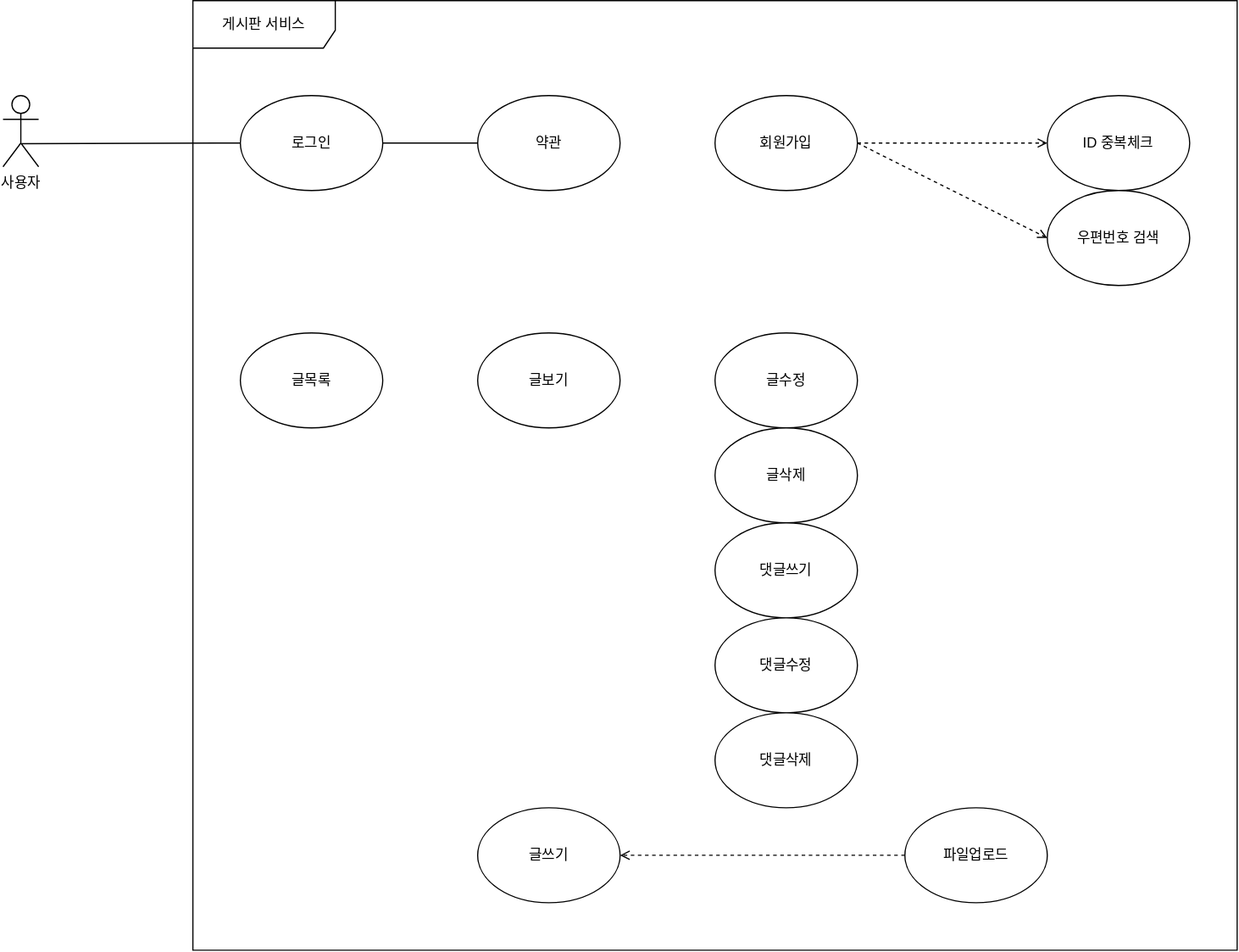
Before: JBoard1/게시판 유스케이스.svg, a diagram exported from draw.io (hyun7494/JSP). Source tidied: cells renumbered, new cells last; positions are measured from the earlier drawing's top-left corner, leaving out a move shared by most shapes. Source of this version:
```xml
<mxGraphModel>
  <root>
    <mxCell id="0" />
    <mxCell id="1" parent="0" />
    <mxCell id="2" value="게시판 서비스" style="shape=umlFrame;whiteSpace=wrap;html=1;width=120;height=40;" parent="1" vertex="1">
      <mxGeometry x="160" width="880" height="800" as="geometry" />
    </mxCell>
    <mxCell id="3" style="edgeStyle=none;rounded=0;jettySize=auto;html=1;exitX=0.528;exitY=0.675;exitDx=0;exitDy=0;exitPerimeter=0;endArrow=none;endFill=0;" parent="1" edge="1" source="4" target="6">
      <mxGeometry relative="1" as="geometry" />
    </mxCell>
    <mxCell id="4" value="사용자" style="shape=umlActor;verticalLabelPosition=bottom;verticalAlign=top;html=1;" parent="1" vertex="1">
      <mxGeometry y="80" width="30" height="60" as="geometry" />
    </mxCell>
    <mxCell id="5" style="edgeStyle=none;rounded=0;jettySize=auto;html=1;exitX=1;exitY=0.5;exitDx=0;exitDy=0;endArrow=none;endFill=0;" parent="1" edge="1" source="6" target="7">
      <mxGeometry relative="1" as="geometry" />
    </mxCell>
    <mxCell id="6" value="로그인" style="ellipse;whiteSpace=wrap;html=1;" parent="1" vertex="1">
      <mxGeometry x="200" y="80" width="120" height="80" as="geometry" />
    </mxCell>
    <mxCell id="7" value="약관" style="ellipse;whiteSpace=wrap;html=1;" parent="1" vertex="1">
      <mxGeometry x="400" y="80" width="120" height="80" as="geometry" />
    </mxCell>
    <mxCell id="8" style="edgeStyle=orthogonalEdgeStyle;rounded=0;jettySize=auto;html=1;exitX=1;exitY=0.5;exitDx=0;exitDy=0;dashed=1;endArrow=open;endFill=0;" parent="1" edge="1" source="10" target="11">
      <mxGeometry relative="1" as="geometry" />
    </mxCell>
    <mxCell id="9" style="rounded=0;jettySize=auto;html=1;exitX=1;exitY=0.5;exitDx=0;exitDy=0;entryX=0;entryY=0.5;entryDx=0;entryDy=0;dashed=1;endArrow=open;endFill=0;" parent="1" edge="1" source="10" target="12">
      <mxGeometry relative="1" as="geometry" />
    </mxCell>
    <mxCell id="10" value="회원가입" style="ellipse;whiteSpace=wrap;html=1;" parent="1" vertex="1">
      <mxGeometry x="600" y="80" width="120" height="80" as="geometry" />
    </mxCell>
    <mxCell id="11" value="ID 중복체크" style="ellipse;whiteSpace=wrap;html=1;" parent="1" vertex="1">
      <mxGeometry x="880" y="80" width="120" height="80" as="geometry" />
    </mxCell>
    <mxCell id="12" value="우편번호 검색" style="ellipse;whiteSpace=wrap;html=1;" parent="1" vertex="1">
      <mxGeometry x="880" y="160" width="120" height="80" as="geometry" />
    </mxCell>
    <mxCell id="13" value="글목록" style="ellipse;whiteSpace=wrap;html=1;" parent="1" vertex="1">
      <mxGeometry x="200" y="280" width="120" height="80" as="geometry" />
    </mxCell>
    <mxCell id="14" value="글보기" style="ellipse;whiteSpace=wrap;html=1;" parent="1" vertex="1">
      <mxGeometry x="400" y="280" width="120" height="80" as="geometry" />
    </mxCell>
    <mxCell id="15" value="글수정" style="ellipse;whiteSpace=wrap;html=1;" parent="1" vertex="1">
      <mxGeometry x="600" y="280" width="120" height="80" as="geometry" />
    </mxCell>
    <mxCell id="16" value="글삭제" style="ellipse;whiteSpace=wrap;html=1;" parent="1" vertex="1">
      <mxGeometry x="600" y="360" width="120" height="80" as="geometry" />
    </mxCell>
    <mxCell id="17" value="댓글쓰기" style="ellipse;whiteSpace=wrap;html=1;" parent="1" vertex="1">
      <mxGeometry x="600" y="440" width="120" height="80" as="geometry" />
    </mxCell>
    <mxCell id="18" value="댓글수정" style="ellipse;whiteSpace=wrap;html=1;" parent="1" vertex="1">
      <mxGeometry x="600" y="520" width="120" height="80" as="geometry" />
    </mxCell>
    <mxCell id="19" value="댓글삭제" style="ellipse;whiteSpace=wrap;html=1;" parent="1" vertex="1">
      <mxGeometry x="600" y="600" width="120" height="80" as="geometry" />
    </mxCell>
    <mxCell id="20" value="글쓰기" style="ellipse;whiteSpace=wrap;html=1;" parent="1" vertex="1">
      <mxGeometry x="400" y="680" width="120" height="80" as="geometry" />
    </mxCell>
    <mxCell id="21" style="edgeStyle=none;rounded=0;jettySize=auto;html=1;exitX=0;exitY=0.5;exitDx=0;exitDy=0;entryX=1;entryY=0.5;entryDx=0;entryDy=0;dashed=1;endArrow=open;endFill=0;" parent="1" edge="1" source="22" target="20">
      <mxGeometry relative="1" as="geometry" />
    </mxCell>
    <mxCell id="22" value="파일업로드" style="ellipse;whiteSpace=wrap;html=1;" parent="1" vertex="1">
      <mxGeometry x="760" y="680" width="120" height="80" as="geometry" />
    </mxCell>
  </root>
</mxGraphModel>
```
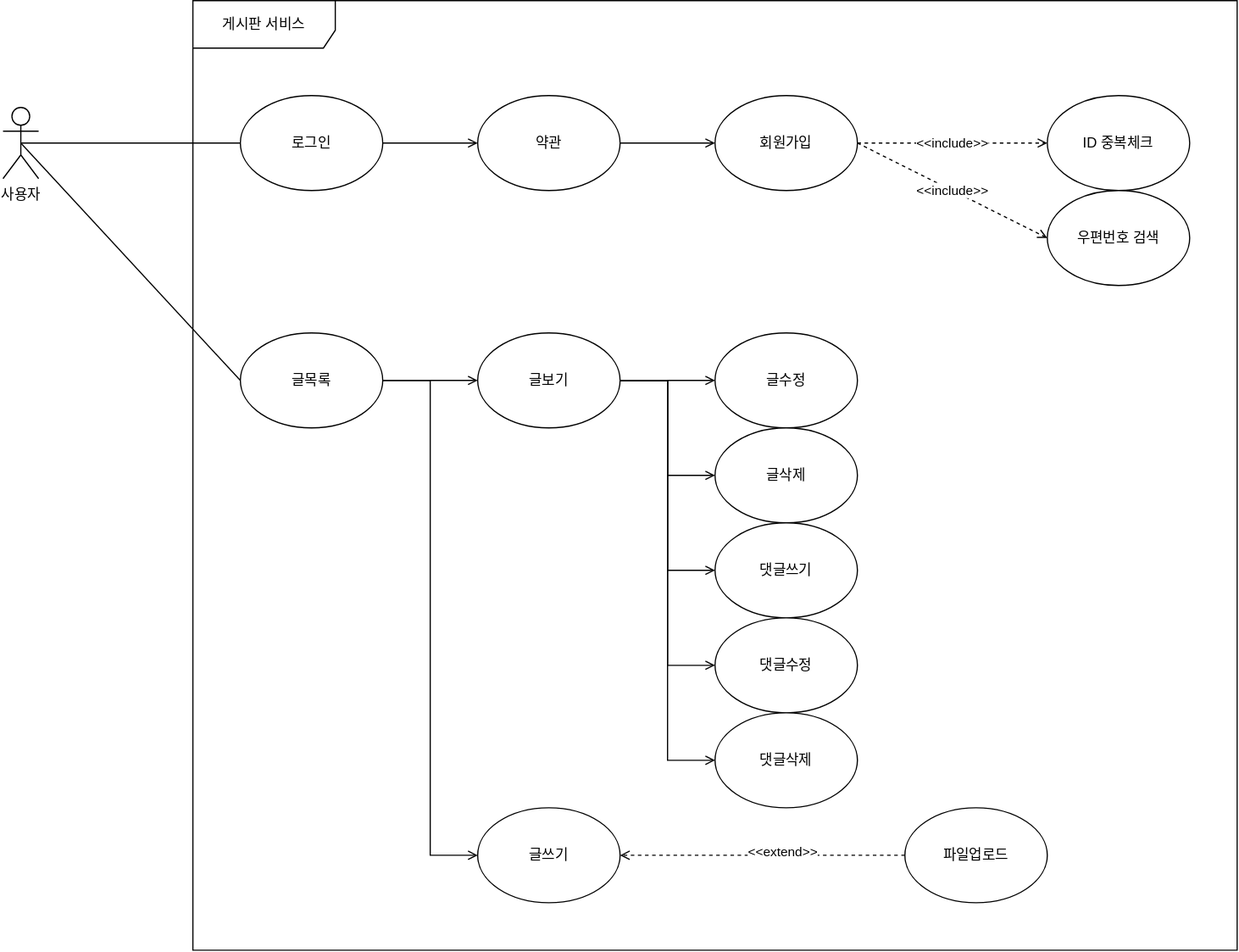
Above is the later version.

What changed in the source:
```diff
@@ -5,25 +5,31 @@
     <mxCell id="2" value="게시판 서비스" style="shape=umlFrame;whiteSpace=wrap;html=1;width=120;height=40;" parent="1" vertex="1">
       <mxGeometry x="160" width="880" height="800" as="geometry" />
     </mxCell>
+    <mxCell id="23" style="edgeStyle=none;rounded=0;jettySize=auto;html=1;exitX=0.5;exitY=0.5;exitDx=0;exitDy=0;exitPerimeter=0;entryX=0;entryY=0.5;entryDx=0;entryDy=0;endArrow=none;endFill=0;" parent="1" edge="1" source="4" target="13">
+      <mxGeometry relative="1" as="geometry" />
+    </mxCell>
-    <mxCell id="3" style="edgeStyle=none;rounded=0;jettySize=auto;html=1;exitX=0.528;exitY=0.675;exitDx=0;exitDy=0;exitPerimeter=0;endArrow=none;endFill=0;" parent="1" edge="1" source="4" target="6">
+    <mxCell id="3" style="edgeStyle=none;rounded=0;jettySize=auto;html=1;exitX=0.5;exitY=0.5;exitDx=0;exitDy=0;exitPerimeter=0;entryX=0;entryY=0.5;entryDx=0;entryDy=0;endArrow=none;endFill=0;" parent="1" edge="1" source="4" target="6">
       <mxGeometry relative="1" as="geometry" />
     </mxCell>
     <mxCell id="4" value="사용자" style="shape=umlActor;verticalLabelPosition=bottom;verticalAlign=top;html=1;" parent="1" vertex="1">
-      <mxGeometry y="80" width="30" height="60" as="geometry" />
+      <mxGeometry y="90" width="30" height="60" as="geometry" />
     </mxCell>
-    <mxCell id="5" style="edgeStyle=none;rounded=0;jettySize=auto;html=1;exitX=1;exitY=0.5;exitDx=0;exitDy=0;endArrow=none;endFill=0;" parent="1" edge="1" source="6" target="7">
+    <mxCell id="5" style="edgeStyle=none;rounded=0;jettySize=auto;html=1;exitX=1;exitY=0.5;exitDx=0;exitDy=0;endArrow=open;endFill=0;" parent="1" edge="1" source="6" target="7">
       <mxGeometry relative="1" as="geometry" />
     </mxCell>
     <mxCell id="6" value="로그인" style="ellipse;whiteSpace=wrap;html=1;" parent="1" vertex="1">
       <mxGeometry x="200" y="80" width="120" height="80" as="geometry" />
     </mxCell>
+    <mxCell id="24" style="edgeStyle=none;rounded=0;jettySize=auto;html=1;exitX=1;exitY=0.5;exitDx=0;exitDy=0;entryX=0;entryY=0.5;entryDx=0;entryDy=0;endArrow=open;endFill=0;" parent="1" edge="1" source="7" target="10">
+      <mxGeometry relative="1" as="geometry" />
+    </mxCell>
     <mxCell id="7" value="약관" style="ellipse;whiteSpace=wrap;html=1;" parent="1" vertex="1">
       <mxGeometry x="400" y="80" width="120" height="80" as="geometry" />
     </mxCell>
-    <mxCell id="8" style="edgeStyle=orthogonalEdgeStyle;rounded=0;jettySize=auto;html=1;exitX=1;exitY=0.5;exitDx=0;exitDy=0;dashed=1;endArrow=open;endFill=0;" parent="1" edge="1" source="10" target="11">
+    <mxCell id="8" value="&amp;lt;&amp;lt;include&amp;gt;&amp;gt;" style="edgeStyle=orthogonalEdgeStyle;rounded=0;jettySize=auto;html=1;exitX=1;exitY=0.5;exitDx=0;exitDy=0;dashed=1;endArrow=open;endFill=0;" parent="1" edge="1" source="10" target="11">
       <mxGeometry relative="1" as="geometry" />
     </mxCell>
-    <mxCell id="9" style="rounded=0;jettySize=auto;html=1;exitX=1;exitY=0.5;exitDx=0;exitDy=0;entryX=0;entryY=0.5;entryDx=0;entryDy=0;dashed=1;endArrow=open;endFill=0;" parent="1" edge="1" source="10" target="12">
+    <mxCell id="9" value="&amp;lt;&amp;lt;include&amp;gt;&amp;gt;" style="rounded=0;jettySize=auto;html=1;exitX=1;exitY=0.5;exitDx=0;exitDy=0;entryX=0;entryY=0.5;entryDx=0;entryDy=0;dashed=1;endArrow=open;endFill=0;" parent="1" edge="1" source="10" target="12">
       <mxGeometry relative="1" as="geometry" />
     </mxCell>
     <mxCell id="10" value="회원가입" style="ellipse;whiteSpace=wrap;html=1;" parent="1" vertex="1">
@@ -35,9 +41,30 @@
     <mxCell id="12" value="우편번호 검색" style="ellipse;whiteSpace=wrap;html=1;" parent="1" vertex="1">
       <mxGeometry x="880" y="160" width="120" height="80" as="geometry" />
     </mxCell>
+    <mxCell id="25" style="edgeStyle=none;rounded=0;jettySize=auto;html=1;exitX=1;exitY=0.5;exitDx=0;exitDy=0;entryX=0;entryY=0.5;entryDx=0;entryDy=0;endArrow=open;endFill=0;" parent="1" edge="1" source="13" target="14">
+      <mxGeometry relative="1" as="geometry" />
+    </mxCell>
+    <mxCell id="26" style="edgeStyle=elbowEdgeStyle;rounded=0;jettySize=auto;html=1;exitX=1;exitY=0.5;exitDx=0;exitDy=0;entryX=0;entryY=0.5;entryDx=0;entryDy=0;endArrow=open;endFill=0;" parent="1" edge="1" source="13" target="20">
+      <mxGeometry relative="1" as="geometry" />
+    </mxCell>
     <mxCell id="13" value="글목록" style="ellipse;whiteSpace=wrap;html=1;" parent="1" vertex="1">
       <mxGeometry x="200" y="280" width="120" height="80" as="geometry" />
     </mxCell>
+    <mxCell id="27" style="edgeStyle=elbowEdgeStyle;rounded=0;jettySize=auto;html=1;exitX=1;exitY=0.5;exitDx=0;exitDy=0;endArrow=open;endFill=0;" parent="1" edge="1" source="14" target="15">
+      <mxGeometry relative="1" as="geometry" />
+    </mxCell>
+    <mxCell id="28" style="edgeStyle=elbowEdgeStyle;rounded=0;jettySize=auto;html=1;exitX=1;exitY=0.5;exitDx=0;exitDy=0;entryX=0;entryY=0.5;entryDx=0;entryDy=0;endArrow=open;endFill=0;" parent="1" edge="1" source="14" target="16">
+      <mxGeometry relative="1" as="geometry" />
+    </mxCell>
+    <mxCell id="29" style="edgeStyle=elbowEdgeStyle;rounded=0;jettySize=auto;html=1;exitX=1;exitY=0.5;exitDx=0;exitDy=0;endArrow=open;endFill=0;" parent="1" edge="1" source="14" target="17">
+      <mxGeometry relative="1" as="geometry" />
+    </mxCell>
+    <mxCell id="30" style="edgeStyle=elbowEdgeStyle;rounded=0;jettySize=auto;html=1;exitX=1;exitY=0.5;exitDx=0;exitDy=0;entryX=0;entryY=0.5;entryDx=0;entryDy=0;endArrow=open;endFill=0;" parent="1" edge="1" source="14" target="18">
+      <mxGeometry relative="1" as="geometry" />
+    </mxCell>
+    <mxCell id="31" style="edgeStyle=elbowEdgeStyle;rounded=0;jettySize=auto;html=1;exitX=1;exitY=0.5;exitDx=0;exitDy=0;entryX=0;entryY=0.5;entryDx=0;entryDy=0;endArrow=open;endFill=0;" parent="1" edge="1" source="14" target="19">
+      <mxGeometry relative="1" as="geometry" />
+    </mxCell>
     <mxCell id="14" value="글보기" style="ellipse;whiteSpace=wrap;html=1;" parent="1" vertex="1">
       <mxGeometry x="400" y="280" width="120" height="80" as="geometry" />
     </mxCell>
@@ -62,6 +89,9 @@
     <mxCell id="21" style="edgeStyle=none;rounded=0;jettySize=auto;html=1;exitX=0;exitY=0.5;exitDx=0;exitDy=0;entryX=1;entryY=0.5;entryDx=0;entryDy=0;dashed=1;endArrow=open;endFill=0;" parent="1" edge="1" source="22" target="20">
       <mxGeometry relative="1" as="geometry" />
     </mxCell>
+    <mxCell id="32" value="&amp;lt;&amp;lt;extend&amp;gt;&amp;gt;" style="edgeLabel;html=1;align=center;verticalAlign=middle;" parent="21" vertex="1">
+      <mxGeometry x="-0.14" y="-3" relative="1" as="geometry" />
+    </mxCell>
     <mxCell id="22" value="파일업로드" style="ellipse;whiteSpace=wrap;html=1;" parent="1" vertex="1">
       <mxGeometry x="760" y="680" width="120" height="80" as="geometry" />
     </mxCell>
```
